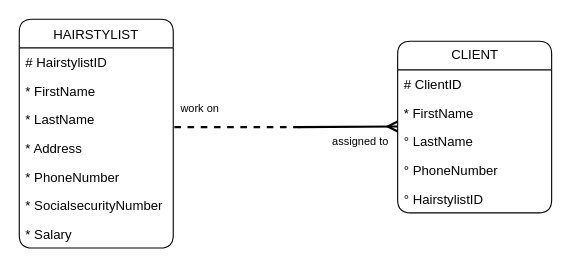
Earlier version of the draw.io diagram Hairstylist-Client ERD.drawio (iamdaniaph/ERD). Source tidied: cells renumbered, new cells numbered last; positions are measured from the earlier drawing's top-left corner, leaving out a move shared by most shapes. Both pictures are drawn from the tidied source at 110%, with x=0, y=0 at pixel (19, 19).
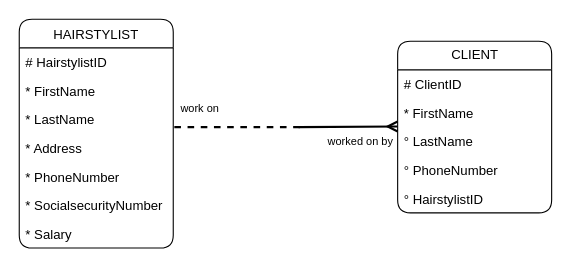
After the change.

Change to the diagram source:
```diff
@@
-    <mxCell id="16" value="assigned to" style="html=1;verticalAlign=bottom;endArrow=ERmany;fontSize=10;sourcePerimeterSpacing=1;targetPerimeterSpacing=3;strokeWidth=2;endFill=0;" parent="1" edge="1">
+    <mxCell id="16" value="worked on by" style="html=1;verticalAlign=bottom;endArrow=ERmany;fontSize=10;sourcePerimeterSpacing=1;targetPerimeterSpacing=3;strokeWidth=2;endFill=0;" parent="1" edge="1">
       <mxGeometry x="0.25" y="-21" relative="1" as="geometry">
         <mxPoint x="254" y="98" as="sourcePoint" />
         <mxPoint x="344" y="97.5" as="targetPoint" />
         <mxPoint y="1" as="offset" />
       </mxGeometry>
     </mxCell>
```
